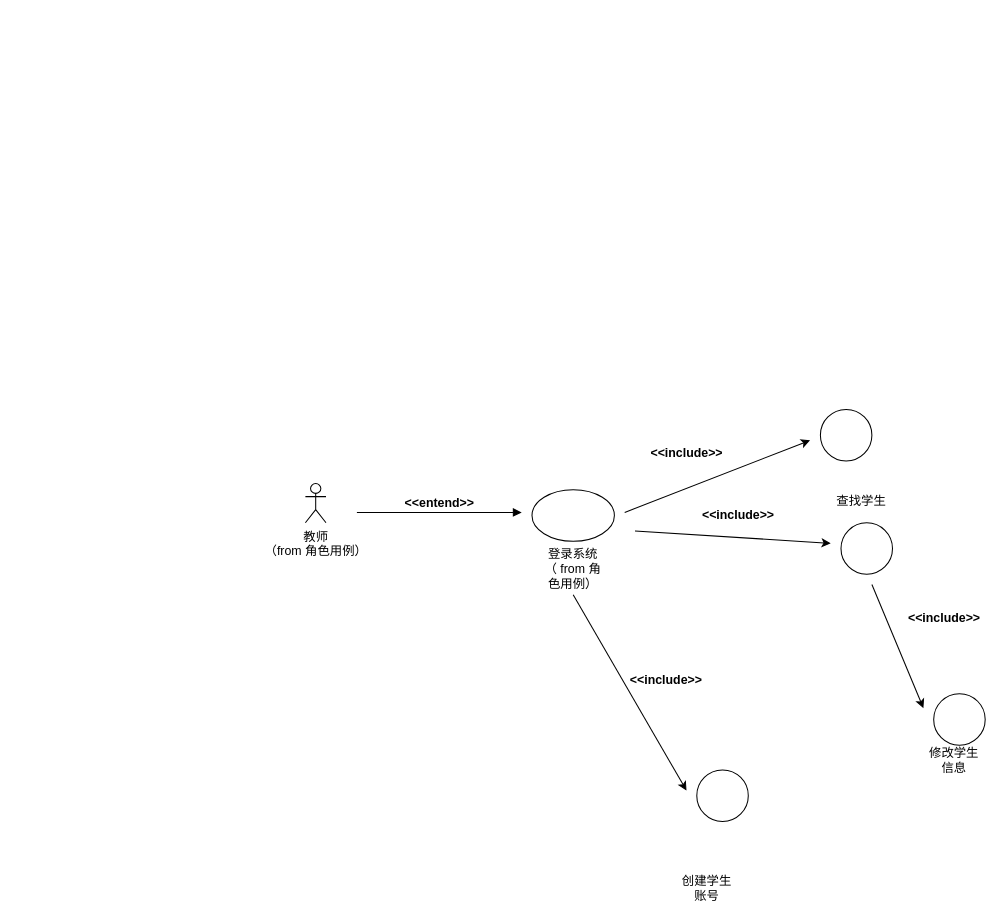
The draw.io diagram 教师角色用例图.drawio in GrandeLai/StudentManagerUML, before the edit. Source tidied: cells renumbered, new cells numbered last; positions are measured from the earlier drawing's top-left corner, leaving out a move shared by most shapes. Both pictures are drawn from the tidied source at 103%, with x=0, y=0 at pixel (305, 409).
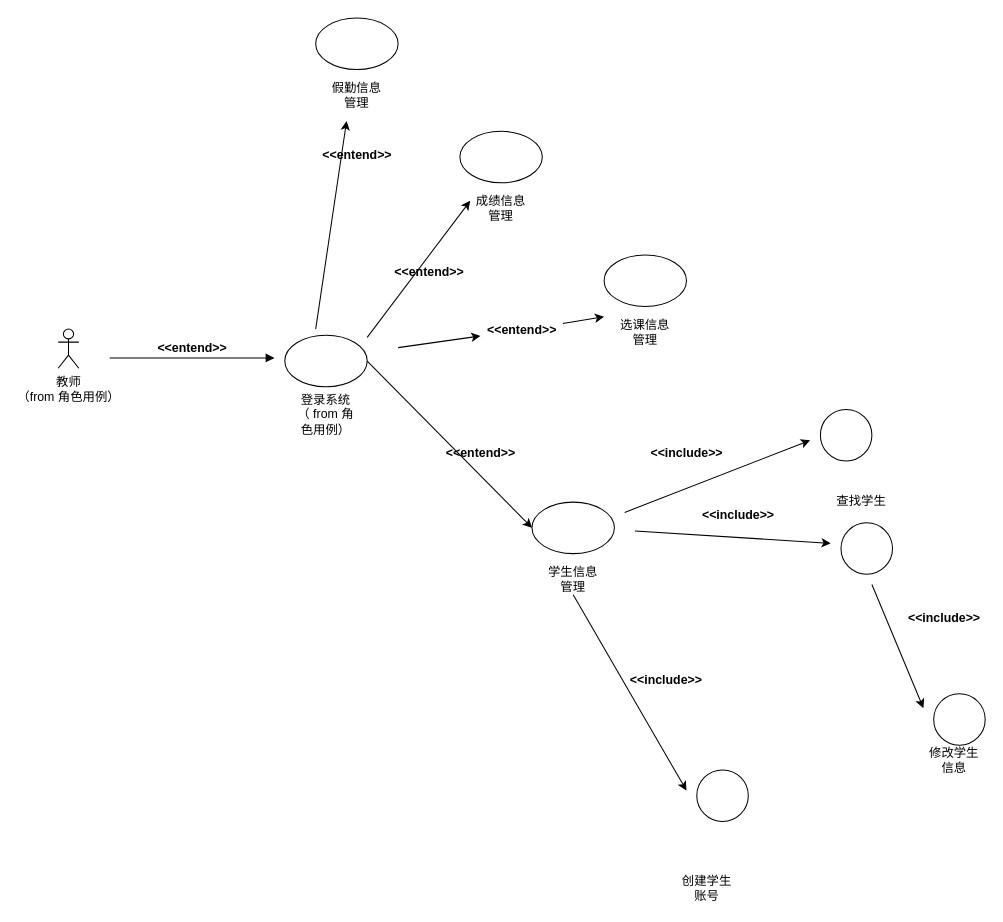
After the change.

Commit message:
更新教师角色用例图.drawio

What changed in the source:
```diff
@@
     <mxCell id="2" value="教师&lt;br&gt;（from 角色用例）" style="shape=umlActor;verticalLabelPosition=bottom;verticalAlign=top;html=1;" parent="1" vertex="1">
-      <mxGeometry y="72" width="20" height="38" as="geometry" />
+      <mxGeometry x="-240" y="-78" width="20" height="38" as="geometry" />
     </mxCell>
     <mxCell id="3" style="endArrow=block;endFill=1;html=1;edgeStyle=orthogonalEdgeStyle;align=left;verticalAlign=top;rounded=0;" parent="1" edge="1">
       <mxGeometry x="-1" relative="1" as="geometry">
-        <mxPoint x="50" y="100" as="sourcePoint" />
-        <mxPoint x="210" y="100" as="targetPoint" />
+        <mxPoint x="-190" y="-50" as="sourcePoint" />
+        <mxPoint x="-30" y="-50" as="targetPoint" />
       </mxGeometry>
     </mxCell>
     <mxCell id="4" value="&amp;lt;&amp;lt;entend&amp;gt;&amp;gt;" style="text;align=center;fontStyle=1;verticalAlign=middle;spacingLeft=3;spacingRight=3;strokeColor=none;html=1;" parent="1" vertex="1">
-      <mxGeometry x="90" y="78" width="80" height="26" as="geometry" />
+      <mxGeometry x="-150" y="-72" width="80" height="26" as="geometry" />
     </mxCell>
     <mxCell id="5" style="ellipse;whiteSpace=wrap;html=1;" parent="1" vertex="1">
-      <mxGeometry x="220" y="78" width="80" height="50" as="geometry" />
+      <mxGeometry x="-20" y="-72" width="80" height="50" as="geometry" />
     </mxCell>
     <mxCell id="6" value="登录系统&lt;br&gt;（ from 角色用例）" style="text;html=1;strokeColor=none;fillColor=none;align=center;verticalAlign=middle;whiteSpace=wrap;rounded=0;" parent="1" vertex="1">
-      <mxGeometry x="230" y="140" width="60" height="30" as="geometry" />
+      <mxGeometry x="-10" y="-10" width="60" height="30" as="geometry" />
     </mxCell>
@@
+    <mxCell id="22" style="ellipse;whiteSpace=wrap;html=1;" parent="1" vertex="1">
+      <mxGeometry x="220" y="90" width="80" height="50" as="geometry" />
+    </mxCell>
+    <mxCell id="23" value="学生信息管理" style="text;html=1;strokeColor=none;fillColor=none;align=center;verticalAlign=middle;whiteSpace=wrap;rounded=0;" parent="1" vertex="1">
+      <mxGeometry x="230" y="150" width="60" height="30" as="geometry" />
+    </mxCell>
+    <mxCell id="24" value="&amp;lt;&amp;lt;entend&amp;gt;&amp;gt;" style="text;align=center;fontStyle=1;verticalAlign=middle;spacingLeft=3;spacingRight=3;strokeColor=none;html=1;" parent="1" vertex="1">
+      <mxGeometry x="130" y="30" width="80" height="26" as="geometry" />
+    </mxCell>
+    <mxCell id="25" style="endArrow=classic;html=1;rounded=0;exitX=1;exitY=0.5;exitDx=0;exitDy=0;entryX=0;entryY=0.5;entryDx=0;entryDy=0;" parent="1" edge="1" source="5" target="22">
+      <mxGeometry relative="1" as="geometry" />
+    </mxCell>
+    <mxCell id="26" style="ellipse;whiteSpace=wrap;html=1;" parent="1" vertex="1">
+      <mxGeometry x="150" y="-270" width="80" height="50" as="geometry" />
+    </mxCell>
+    <mxCell id="27" value="成绩信息管理" style="text;html=1;strokeColor=none;fillColor=none;align=center;verticalAlign=middle;whiteSpace=wrap;rounded=0;" parent="1" vertex="1">
+      <mxGeometry x="160" y="-210" width="60" height="30" as="geometry" />
+    </mxCell>
+    <mxCell id="28" value="&amp;lt;&amp;lt;entend&amp;gt;&amp;gt;" style="text;align=center;fontStyle=1;verticalAlign=middle;spacingLeft=3;spacingRight=3;strokeColor=none;html=1;" parent="1" vertex="1">
+      <mxGeometry x="80" y="-146" width="80" height="26" as="geometry" />
+    </mxCell>
+    <mxCell id="29" style="ellipse;whiteSpace=wrap;html=1;" parent="1" vertex="1">
+      <mxGeometry x="10" y="-380" width="80" height="50" as="geometry" />
+    </mxCell>
+    <mxCell id="30" value="假勤信息管理" style="text;html=1;strokeColor=none;fillColor=none;align=center;verticalAlign=middle;whiteSpace=wrap;rounded=0;" parent="1" vertex="1">
+      <mxGeometry x="20" y="-320" width="60" height="30" as="geometry" />
+    </mxCell>
+    <mxCell id="31" value="&amp;lt;&amp;lt;entend&amp;gt;&amp;gt;" style="text;align=center;fontStyle=1;verticalAlign=middle;spacingLeft=3;spacingRight=3;strokeColor=none;html=1;" parent="1" vertex="1">
+      <mxGeometry x="10" y="-260" width="80" height="26" as="geometry" />
+    </mxCell>
+    <mxCell id="32" style="endArrow=classic;html=1;rounded=0;" parent="1" edge="1">
+      <mxGeometry relative="1" as="geometry">
+        <mxPoint x="10" y="-78" as="sourcePoint" />
+        <mxPoint x="40" y="-280" as="targetPoint" />
+      </mxGeometry>
+    </mxCell>
+    <mxCell id="33" style="endArrow=classic;html=1;rounded=0;entryX=0;entryY=0.25;entryDx=0;entryDy=0;" parent="1" edge="1" target="27">
+      <mxGeometry relative="1" as="geometry">
+        <mxPoint x="60" y="-70" as="sourcePoint" />
+      </mxGeometry>
+    </mxCell>
+    <mxCell id="34" style="endArrow=classic;html=1;rounded=0;" parent="1" edge="1" source="38">
+      <mxGeometry relative="1" as="geometry">
+        <mxPoint x="290" y="-90" as="targetPoint" />
+      </mxGeometry>
+    </mxCell>
+    <mxCell id="35" style="ellipse;whiteSpace=wrap;html=1;" parent="1" vertex="1">
+      <mxGeometry x="290" y="-150" width="80" height="50" as="geometry" />
+    </mxCell>
+    <mxCell id="36" value="选课信息管理" style="text;html=1;strokeColor=none;fillColor=none;align=center;verticalAlign=middle;whiteSpace=wrap;rounded=0;" parent="1" vertex="1">
+      <mxGeometry x="300" y="-90" width="60" height="30" as="geometry" />
+    </mxCell>
+    <mxCell id="37" style="endArrow=classic;html=1;rounded=0;" parent="1" edge="1" target="38">
+      <mxGeometry relative="1" as="geometry">
+        <mxPoint x="90" y="-60" as="sourcePoint" />
+      </mxGeometry>
+    </mxCell>
+    <mxCell id="38" value="&amp;lt;&amp;lt;entend&amp;gt;&amp;gt;" style="text;align=center;fontStyle=1;verticalAlign=middle;spacingLeft=3;spacingRight=3;strokeColor=none;points=[[0,0.5],[1,0.5]];portConstraint=eastwest;html=1;" parent="1" vertex="1">
+      <mxGeometry x="170" y="-90" width="80" height="26" as="geometry" />
+    </mxCell>
```
